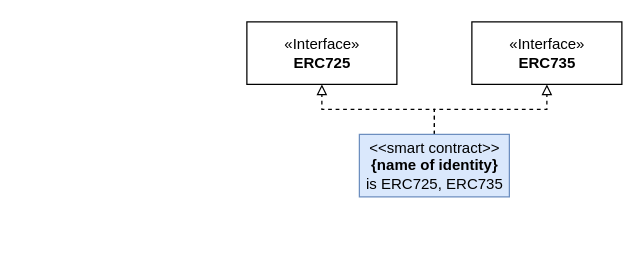
Earlier version of the draw.io diagram page "IdentitiyContracts" (2 of 5) of documentation/diagrams.drawio (B2E2/b2e2_contracts). Source tidied: cells renumbered, new cells numbered last; positions are measured from the earlier drawing's top-left corner, leaving out a move shared by most shapes. Both pictures are drawn from the tidied source at 125%, with x=0, y=0 at pixel (246, 21).
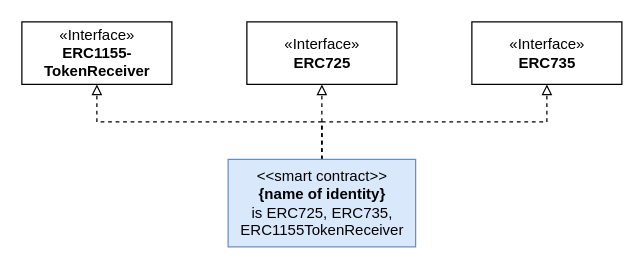
After the change.

What changed in the source:
```diff
@@
 <mxGraphModel>
   <root>
     <mxCell id="0" />
     <mxCell id="1" parent="0" />
     <mxCell id="2" style="edgeStyle=orthogonalEdgeStyle;rounded=0;jumpStyle=arc;jettySize=auto;html=1;entryX=0.5;entryY=1;entryDx=0;entryDy=0;startArrow=none;startFill=0;endArrow=block;endFill=0;dashed=1;exitX=0.5;exitY=0;exitDx=0;exitDy=0;" parent="1" edge="1" source="6" target="3">
       <mxGeometry relative="1" as="geometry" />
     </mxCell>
     <mxCell id="3" value="«Interface»&lt;br&gt;&lt;b&gt;ERC725&lt;/b&gt;" style="html=1;" parent="1" vertex="1">
       <mxGeometry width="120" height="50" as="geometry" />
     </mxCell>
     <mxCell id="4" value="«Interface»&lt;br&gt;&lt;b&gt;ERC735&lt;/b&gt;" style="html=1;" parent="1" vertex="1">
       <mxGeometry x="180" width="120" height="50" as="geometry" />
     </mxCell>
     <mxCell id="5" style="edgeStyle=orthogonalEdgeStyle;rounded=0;jettySize=auto;html=1;entryX=0.5;entryY=1;entryDx=0;entryDy=0;dashed=1;endArrow=block;endFill=0;exitX=0.5;exitY=0;exitDx=0;exitDy=0;" parent="1" edge="1" source="6" target="4">
       <mxGeometry relative="1" as="geometry" />
     </mxCell>
+    <mxCell id="7" style="edgeStyle=orthogonalEdgeStyle;rounded=0;jettySize=auto;html=1;dashed=1;endArrow=block;endFill=0;entryX=0.5;entryY=1;entryDx=0;entryDy=0;" parent="1" edge="1" source="6" target="8">
+      <mxGeometry relative="1" as="geometry">
+        <Array as="points">
+          <mxPoint x="60" y="80" />
+          <mxPoint x="-120" y="80" />
+        </Array>
+      </mxGeometry>
+    </mxCell>
-    <mxCell id="6" value="&amp;lt;&amp;lt;smart contract&amp;gt;&amp;gt;&lt;br&gt;&lt;b&gt;{name of identity}&lt;/b&gt;&lt;br&gt;is ERC725, ERC735" style="html=1;fillColor=#dae8fc;strokeColor=#6c8ebf;" parent="1" vertex="1">
-      <mxGeometry x="90" y="90" width="120" height="50" as="geometry" />
+    <mxCell id="6" value="&amp;lt;&amp;lt;smart contract&amp;gt;&amp;gt;&lt;br&gt;&lt;b&gt;{name of identity}&lt;/b&gt;&lt;br&gt;is ERC725, ERC735, &lt;br&gt;ERC1155TokenReceiver" style="html=1;fillColor=#dae8fc;strokeColor=#6c8ebf;" parent="1" vertex="1">
+      <mxGeometry x="-15" y="110" width="150" height="70" as="geometry" />
     </mxCell>
+    <mxCell id="8" value="«Interface»&lt;br&gt;&lt;b&gt;ERC1155-&lt;br&gt;TokenReceiver&lt;/b&gt;" style="html=1;" parent="1" vertex="1">
+      <mxGeometry x="-180" width="120" height="50" as="geometry" />
+    </mxCell>
   </root>
 </mxGraphModel>
```
